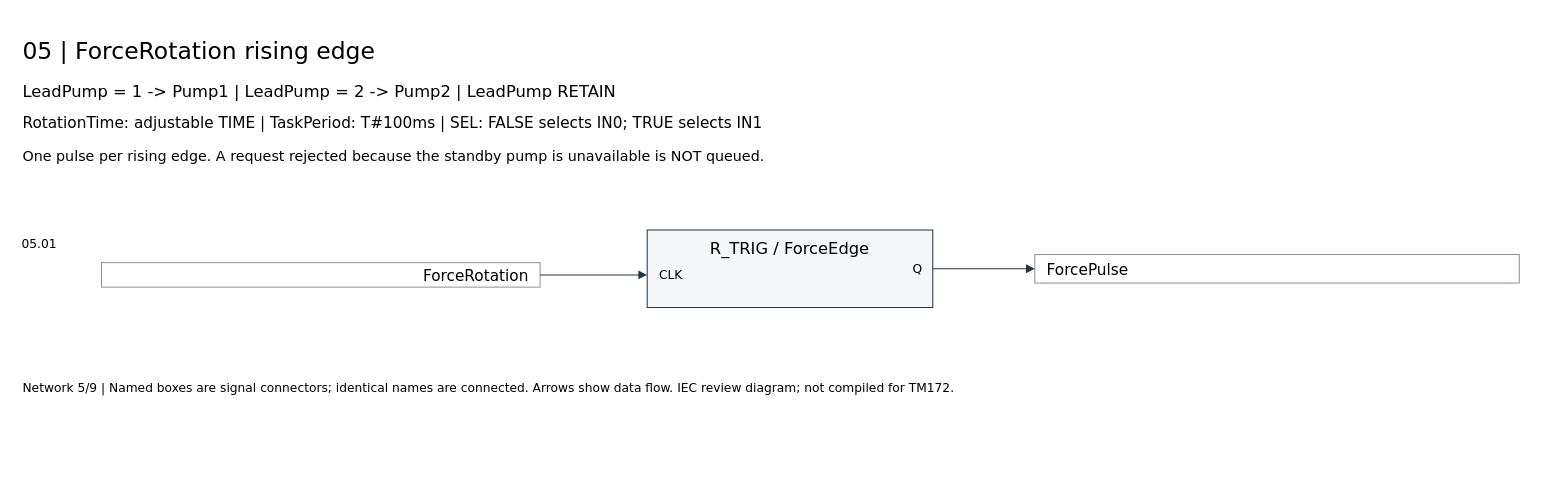
Above: page "05 | ForceRotation rising edge" (5 of 9) of pump_rotation_fbd/pump_rotation_fbd.drawio in dariusserv-maker/test (draw.io), before the change. Source tidied: cells renumbered, new cells numbered last; positions are measured from the earlier drawing's top-left corner, leaving out a move shared by most shapes. Both pictures are drawn from the tidied source at 102%, with x=0, y=0 at pixel (19, 35).
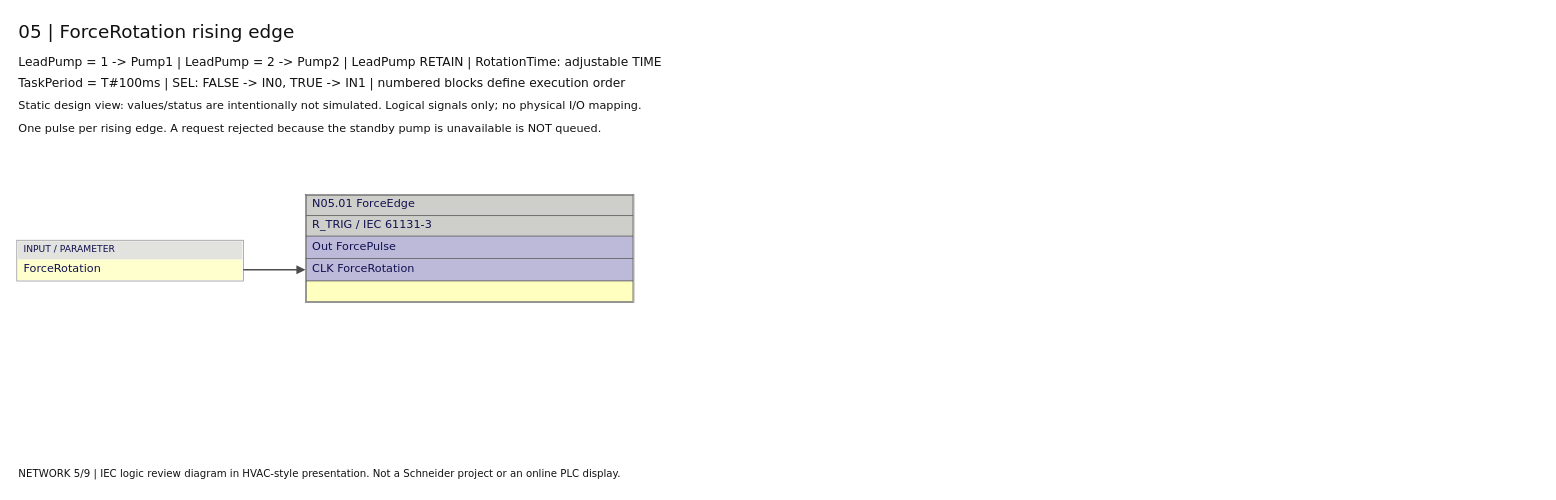
The same page after the edit.

Commit message (it also covers changes not shown here):
Restyle FBD diagrams to match HVAC editor with connected block tables

The edit, as a diff of the source:
```diff
@@
-<mxGraphModel>
+<mxGraphModel background="#ffffff">
@@
-    <mxCell id="2" value="05 | ForceRotation rising edge" style="text;html=0;strokeColor=none;fillColor=none;align=left;verticalAlign=middle;fontFamily=DejaVu Sans;fontSize=23;whiteSpace=wrap;" parent="1" vertex="1">
-      <mxGeometry x="1" width="1488" height="31" as="geometry" />
+    <mxCell id="2" value="05 | ForceRotation rising edge" style="text;html=0;fontFamily=DejaVu Sans;fontSize=18;align=left;verticalAlign=middle;fontColor=#111111;fillColor=#ffffff;" parent="1" vertex="1">
+      <mxGeometry x="-3" y="-18" width="605" height="27" as="geometry" />
     </mxCell>
-    <mxCell id="3" value="LeadPump = 1 -&gt; Pump1    |    LeadPump = 2 -&gt; Pump2    |    LeadPump RETAIN" style="text;html=0;strokeColor=none;fillColor=none;align=left;verticalAlign=middle;fontFamily=DejaVu Sans;fontSize=16;whiteSpace=wrap;" parent="1" vertex="1">
-      <mxGeometry x="1" y="43" width="1488" height="24" as="geometry" />
+    <mxCell id="3" value="LeadPump = 1 -&gt; Pump1 | LeadPump = 2 -&gt; Pump2 | LeadPump RETAIN | RotationTime: adjustable TIME" style="text;html=0;fontFamily=DejaVu Sans;fontSize=12;align=left;verticalAlign=middle;fontColor=#111111;fillColor=#ffffff;" parent="1" vertex="1">
+      <mxGeometry x="-3" y="15" width="605" height="21" as="geometry" />
     </mxCell>
-    <mxCell id="4" value="RotationTime: adjustable TIME    |    TaskPeriod: T#100ms    |    SEL: FALSE selects IN0; TRUE selects IN1" style="text;html=0;strokeColor=none;fillColor=none;align=left;verticalAlign=middle;fontFamily=DejaVu Sans;fontSize=15;whiteSpace=wrap;" parent="1" vertex="1">
-      <mxGeometry x="1" y="73" width="1488" height="23" as="geometry" />
+    <mxCell id="4" value="TaskPeriod = T#100ms | SEL: FALSE -&gt; IN0, TRUE -&gt; IN1 | numbered blocks define execution order" style="text;html=0;fontFamily=DejaVu Sans;fontSize=12;align=left;verticalAlign=middle;fontColor=#111111;fillColor=#ffffff;" parent="1" vertex="1">
+      <mxGeometry x="-3" y="36" width="605" height="21" as="geometry" />
     </mxCell>
-    <mxCell id="5" value="One pulse per rising edge. A request rejected because the standby pump is unavailable is NOT queued." style="text;html=0;strokeColor=none;fillColor=none;align=left;verticalAlign=middle;fontFamily=DejaVu Sans;fontSize=14;whiteSpace=wrap;" parent="1" vertex="1">
-      <mxGeometry x="1" y="108" width="1488" height="22" as="geometry" />
+    <mxCell id="5" value="Static design view: values/status are intentionally not simulated. Logical signals only; no physical I/O mapping." style="text;html=0;fontFamily=DejaVu Sans;fontSize=11;align=left;verticalAlign=middle;fontColor=#111111;fillColor=#ffffff;" parent="1" vertex="1">
+      <mxGeometry x="-3" y="58" width="605" height="20" as="geometry" />
     </mxCell>
-    <mxCell id="6" style="rounded=0;html=0;fillColor=#f5f7f9;strokeColor=#243442;" parent="1" vertex="1">
-      <mxGeometry x="615" y="191" width="280" height="76" as="geometry" />
+    <mxCell id="6" value="One pulse per rising edge. A request rejected because the standby pump is unavailable is NOT queued." style="text;html=0;fontFamily=DejaVu Sans;fontSize=11;align=left;verticalAlign=middle;fontColor=#111111;fillColor=#ffffff;" parent="1" vertex="1">
+      <mxGeometry x="-3" y="81" width="605" height="20" as="geometry" />
     </mxCell>
-    <mxCell id="7" value="R_TRIG / ForceEdge" style="text;html=0;strokeColor=none;fillColor=none;align=center;verticalAlign=middle;fontFamily=DejaVu Sans;fontSize=16;whiteSpace=wrap;" parent="1" vertex="1">
-      <mxGeometry x="620" y="196" width="270" height="26" as="geometry" />
+    <mxCell id="7" style="group;" parent="1" vertex="1">
+      <mxGeometry x="280" y="156" width="322" height="106" as="geometry" />
     </mxCell>
-    <mxCell id="8" value="05.01" style="text;html=0;strokeColor=none;fillColor=none;align=left;verticalAlign=middle;fontFamily=DejaVu Sans;fontSize=12;whiteSpace=wrap;" parent="1" vertex="1">
-      <mxGeometry y="191" width="70" height="28" as="geometry" />
+    <mxCell id="8" style="rounded=0;html=0;fillColor=#cececa;strokeColor=none;strokeWidth=0.6;" parent="7" vertex="1">
+      <mxGeometry x="1" y="1" width="320" height="20" as="geometry" />
     </mxCell>
-    <mxCell id="9" value="ForceRotation" style="rounded=0;html=0;fillColor=#ffffff;strokeColor=#89949d;align=right;spacingRight=9;fontSize=15;fontFamily=DejaVu Sans;" parent="1" vertex="1">
-      <mxGeometry x="80" y="223" width="430" height="24" as="geometry" />
+    <mxCell id="9" style="rounded=0;html=0;fillColor=none;strokeColor=#555555;strokeWidth=0.6;" parent="7" vertex="1">
+      <mxGeometry x="1" y="1" width="320" height="20" as="geometry" />
     </mxCell>
-    <mxCell id="10" value="CLK" style="text;html=0;strokeColor=none;fillColor=none;align=left;verticalAlign=middle;fontFamily=DejaVu Sans;fontSize=12;whiteSpace=wrap;" parent="1" vertex="1">
-      <mxGeometry x="625" y="225" width="70" height="22" as="geometry" />
+    <mxCell id="10" value="N05.01  ForceEdge" style="text;html=0;align=left;verticalAlign=middle;fontFamily=DejaVu Sans;fontSize=11.0;fontColor=#101050;" parent="7" vertex="1">
+      <mxGeometry x="5" y="-0.2" width="119" height="17" as="geometry" />
     </mxCell>
-    <mxCell id="11" style="edgeStyle=none;html=0;endArrow=block;endFill=1;strokeColor=#243442;entryX=0;entryY=0.5789473684210527;entryDx=0;entryDy=0;" parent="1" edge="1" source="9" target="6">
-      <mxGeometry relative="1" as="geometry" />
+    <mxCell id="11" style="rounded=0;html=0;fillColor=#cececa;strokeColor=none;strokeWidth=0.6;" parent="7" vertex="1">
+      <mxGeometry x="1" y="21" width="320" height="20" as="geometry" />
     </mxCell>
-    <mxCell id="12" value="ForcePulse" style="rounded=0;html=0;fillColor=#ffffff;strokeColor=#89949d;align=left;spacingLeft=10;fontSize=15;fontFamily=DejaVu Sans;" parent="1" vertex="1">
-      <mxGeometry x="995" y="215" width="475" height="28" as="geometry" />
+    <mxCell id="12" style="rounded=0;html=0;fillColor=none;strokeColor=#555555;strokeWidth=0.6;" parent="7" vertex="1">
+      <mxGeometry x="1" y="21" width="320" height="20" as="geometry" />
     </mxCell>
-    <mxCell id="13" value="Q" style="text;html=0;strokeColor=none;fillColor=none;align=right;verticalAlign=middle;fontFamily=DejaVu Sans;fontSize=12;whiteSpace=wrap;" parent="1" vertex="1">
-      <mxGeometry x="830" y="217" width="57" height="25" as="geometry" />
+    <mxCell id="13" value="R_TRIG / IEC 61131-3" style="text;html=0;align=left;verticalAlign=middle;fontFamily=DejaVu Sans;fontSize=11.0;fontColor=#101050;" parent="7" vertex="1">
+      <mxGeometry x="5" y="20.8" width="119" height="17" as="geometry" />
     </mxCell>
-    <mxCell id="14" style="edgeStyle=none;html=0;endArrow=block;endFill=1;strokeColor=#243442;exitX=1;exitY=0.5;exitDx=0;exitDy=0;" parent="1" edge="1" source="6" target="12">
-      <mxGeometry relative="1" as="geometry" />
+    <mxCell id="14" style="rounded=0;html=0;fillColor=#bdb9d8;strokeColor=none;strokeWidth=0.6;" parent="7" vertex="1">
+      <mxGeometry x="1" y="41" width="320" height="22" as="geometry" />
     </mxCell>
-    <mxCell id="15" value="Network 5/9 | Named boxes are signal connectors; identical names are connected. Arrows show data flow. IEC review diagram; not compiled for TM172." style="text;html=0;strokeColor=none;fillColor=none;align=left;verticalAlign=middle;fontFamily=DejaVu Sans;fontSize=12;whiteSpace=wrap;" parent="1" vertex="1">
-      <mxGeometry x="1" y="333" width="1488" height="25" as="geometry" />
+    <mxCell id="15" style="rounded=0;html=0;fillColor=none;strokeColor=#555555;strokeWidth=0.6;" parent="7" vertex="1">
+      <mxGeometry x="1" y="41" width="320" height="22" as="geometry" />
     </mxCell>
+    <mxCell id="16" value="Out   ForcePulse" style="text;html=0;align=left;verticalAlign=middle;fontFamily=DejaVu Sans;fontSize=11.0;fontColor=#101050;" parent="7" vertex="1">
+      <mxGeometry x="5" y="41.8" width="95" height="17" as="geometry" />
+    </mxCell>
+    <mxCell id="17" style="rounded=0;html=0;fillColor=#bdb9d8;strokeColor=none;strokeWidth=0.6;" parent="7" vertex="1">
+      <mxGeometry x="1" y="63" width="320" height="22" as="geometry" />
+    </mxCell>
+    <mxCell id="18" style="rounded=0;html=0;fillColor=none;strokeColor=#555555;strokeWidth=0.6;" parent="7" vertex="1">
+      <mxGeometry x="1" y="63" width="320" height="22" as="geometry" />
+    </mxCell>
+    <mxCell id="19" value="CLK   ForceRotation" style="text;html=0;align=left;verticalAlign=middle;fontFamily=DejaVu Sans;fontSize=11.0;fontColor=#101050;" parent="7" vertex="1">
+      <mxGeometry x="5" y="63.8" width="113" height="17" as="geometry" />
+    </mxCell>
+    <mxCell id="20" style="rounded=0;html=0;fillColor=#ffffbf;strokeColor=none;strokeWidth=0.6;" parent="7" vertex="1">
+      <mxGeometry x="1" y="85" width="320" height="20" as="geometry" />
+    </mxCell>
+    <mxCell id="21" style="rounded=0;html=0;fillColor=none;strokeColor=#555555;strokeWidth=0.6;" parent="7" vertex="1">
+      <mxGeometry x="1" y="85" width="320" height="20" as="geometry" />
+    </mxCell>
+    <mxCell id="22" value=" " style="text;html=0;align=left;verticalAlign=middle;fontFamily=DejaVu Sans;fontSize=11.0;fontColor=#101050;" parent="7" vertex="1">
+      <mxGeometry x="159" y="84.8" width="8" height="17" as="geometry" />
+    </mxCell>
+    <mxCell id="23" style="rounded=0;html=0;fillColor=none;strokeColor=#555555;strokeWidth=0.6;" parent="7" vertex="1">
+      <mxGeometry width="322" height="106" as="geometry" />
+    </mxCell>
+    <mxCell id="24" style="group;" parent="1" vertex="1">
+      <mxGeometry x="-3" y="201" width="222" height="40" as="geometry" />
+    </mxCell>
+    <mxCell id="25" style="rounded=0;html=0;fillColor=#e2e2df;strokeColor=none;strokeWidth=0.6;" parent="24" vertex="1">
+      <mxGeometry x="1" y="1" width="220" height="18" as="geometry" />
+    </mxCell>
+    <mxCell id="26" value="INPUT / PARAMETER" style="text;html=0;align=left;verticalAlign=middle;fontFamily=DejaVu Sans;fontSize=9.0;fontColor=#101050;" parent="24" vertex="1">
+      <mxGeometry x="5" y="1.2" width="94" height="15" as="geometry" />
+    </mxCell>
+    <mxCell id="27" style="rounded=0;html=0;fillColor=#ffffce;strokeColor=none;strokeWidth=0.6;" parent="24" vertex="1">
+      <mxGeometry x="1" y="19" width="220" height="20" as="geometry" />
+    </mxCell>
+    <mxCell id="28" value="ForceRotation" style="text;html=0;align=left;verticalAlign=middle;fontFamily=DejaVu Sans;fontSize=11.0;fontColor=#101050;" parent="24" vertex="1">
+      <mxGeometry x="5" y="18.8" width="81" height="17" as="geometry" />
+    </mxCell>
+    <mxCell id="29" style="rounded=0;html=0;fillColor=none;strokeColor=#777777;strokeWidth=0.6;" parent="24" vertex="1">
+      <mxGeometry width="222" height="40" as="geometry" />
+    </mxCell>
+    <mxCell id="30" style="edgeStyle=none;rounded=1;endArrow=block;endSize=5;strokeWidth=1.5;strokeColor=#4d4d4d;exitX=1.000005405463843;exitY=0.7249982000143997;exitDx=0;exitDy=0;entryX=-2.4844843950359916e-06;entryY=0.6981161979803469;entryDx=0;entryDy=0;" parent="1" edge="1" source="24" target="7">
+      <mxGeometry relative="1" as="geometry" />
+    </mxCell>
+    <mxCell id="31" value="NETWORK 5/9 | IEC logic review diagram in HVAC-style presentation. Not a Schneider project or an online PLC display." style="text;html=0;fontFamily=DejaVu Sans;fontSize=10;align=left;verticalAlign=middle;fontColor=#111111;fillColor=#ffffff;" parent="1" vertex="1">
+      <mxGeometry x="-3" y="420" width="605" height="19" as="geometry" />
+    </mxCell>
```
